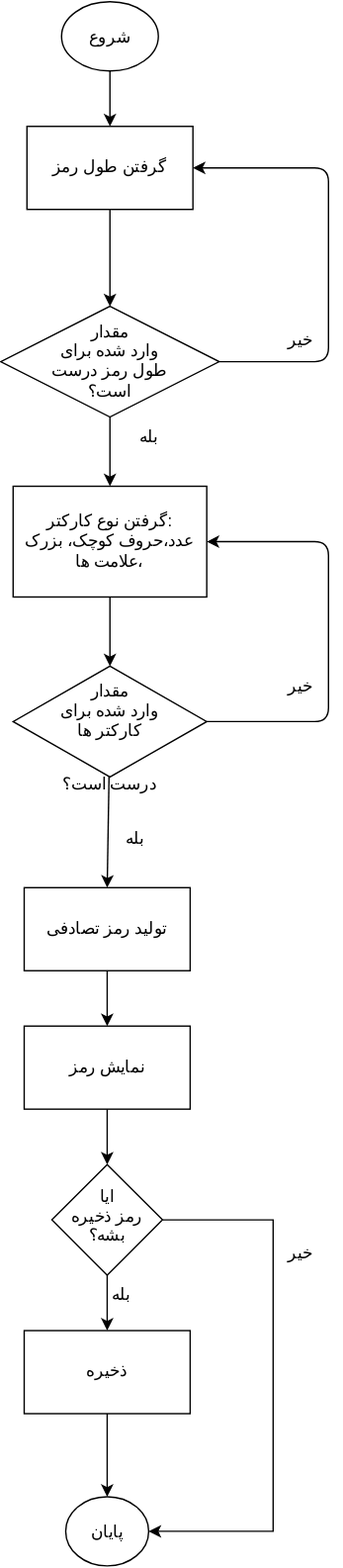
Above: docs/diagrams/password_generator_flow.drawio.svg in nodahani/password-generator (draw.io), before the change. Source tidied: cells renumbered, new cells last; positions are measured from the earlier drawing's top-left corner, leaving out a move shared by most shapes.
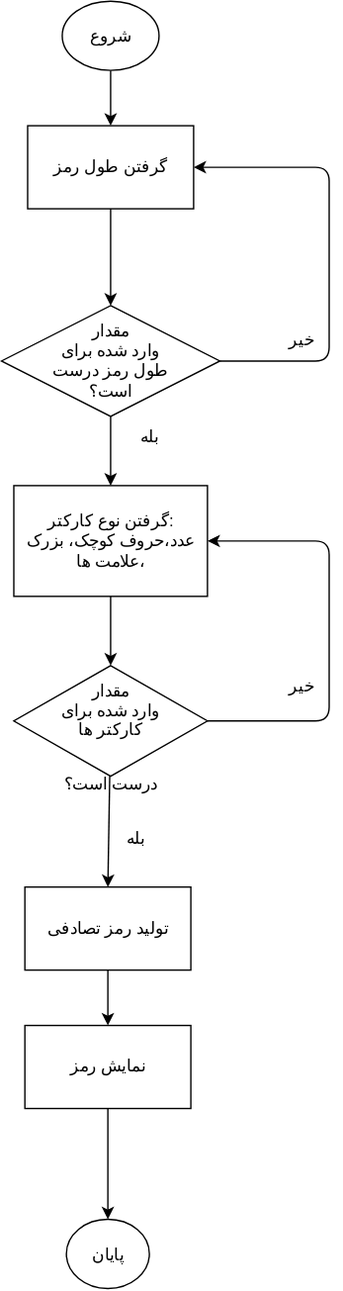
The same file after the commit.

Commit message:
docs: update flowchart to remove save step

Diff of the diagram source:
```diff
@@ -20,41 +20,15 @@
     <mxCell id="7" value="تولید رمز تصادفی" style="whiteSpace=wrap;html=1;" parent="1" vertex="1">
       <mxGeometry x="17" y="640" width="120" height="60" as="geometry" />
     </mxCell>
-    <mxCell id="8" style="edgeStyle=none;html=1;rounded=0;curved=0;entryX=1;entryY=0.5;entryDx=0;entryDy=0;" parent="1" edge="1" source="10" target="13">
-      <mxGeometry relative="1" as="geometry">
-        <Array as="points">
-          <mxPoint x="197" y="880" />
-          <mxPoint x="197" y="1105" />
-        </Array>
-      </mxGeometry>
-    </mxCell>
-    <mxCell id="9" style="edgeStyle=none;html=1;" parent="1" edge="1" source="10" target="16">
-      <mxGeometry relative="1" as="geometry" />
-    </mxCell>
-    <mxCell id="10" value="ایا رمز ذخیره بشه؟" style="rhombus;whiteSpace=wrap;html=1;shapeInside=1;" parent="1" vertex="1">
-      <mxGeometry x="37" y="840" width="80" height="80" as="geometry" />
-    </mxCell>
-    <mxCell id="11" style="edgeStyle=none;html=1;" parent="1" edge="1" source="12" target="10">
-      <mxGeometry relative="1" as="geometry" />
-    </mxCell>
+    <mxCell id="30" style="edgeStyle=none;html=1;entryX=0.5;entryY=0;entryDx=0;entryDy=0;" parent="1" edge="1" source="12" target="13">
+      <mxGeometry relative="1" as="geometry" />
+    </mxCell>
     <mxCell id="12" value="نمایش رمز" style="whiteSpace=wrap;html=1;" parent="1" vertex="1">
       <mxGeometry x="17" y="740" width="120" height="60" as="geometry" />
     </mxCell>
     <mxCell id="13" value="پایان" style="ellipse;whiteSpace=wrap;html=1;shapeInside=1;" parent="1" vertex="1">
-      <mxGeometry x="47" y="1080" width="60" height="50" as="geometry" />
+      <mxGeometry x="47" y="880" width="60" height="50" as="geometry" />
     </mxCell>
-    <mxCell id="14" value="خیر" style="text;html=1;whiteSpace=wrap;strokeColor=none;fillColor=none;align=center;verticalAlign=middle;rounded=0;" parent="1" vertex="1">
-      <mxGeometry x="187" y="890" width="60" height="30" as="geometry" />
-    </mxCell>
-    <mxCell id="15" style="edgeStyle=none;html=1;entryX=0.5;entryY=0;entryDx=0;entryDy=0;" parent="1" edge="1" source="16" target="13">
-      <mxGeometry relative="1" as="geometry" />
-    </mxCell>
-    <mxCell id="16" value="ذخیره" style="whiteSpace=wrap;html=1;" parent="1" vertex="1">
-      <mxGeometry x="17" y="960" width="120" height="60" as="geometry" />
-    </mxCell>
-    <mxCell id="17" value="بله" style="text;html=1;whiteSpace=wrap;strokeColor=none;fillColor=none;align=center;verticalAlign=middle;rounded=0;" parent="1" vertex="1">
-      <mxGeometry x="57" y="920" width="60" height="30" as="geometry" />
-    </mxCell>
     <mxCell id="18" style="edgeStyle=none;html=1;" parent="1" edge="1" source="19" target="26">
       <mxGeometry relative="1" as="geometry" />
     </mxCell>
```
